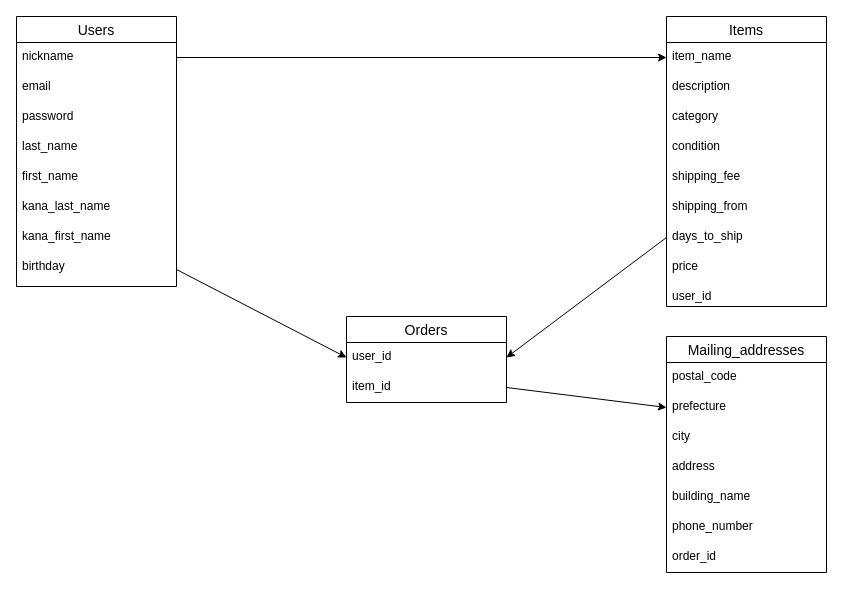
Earlier version of the draw.io diagram draw.dio (Ay00Mo/furima-41237). Source tidied: cells renumbered, new cells numbered last; positions are measured from the earlier drawing's top-left corner, leaving out a move shared by most shapes. Both pictures are drawn from the tidied source at 100%, with x=0, y=0 at pixel (16, 16).
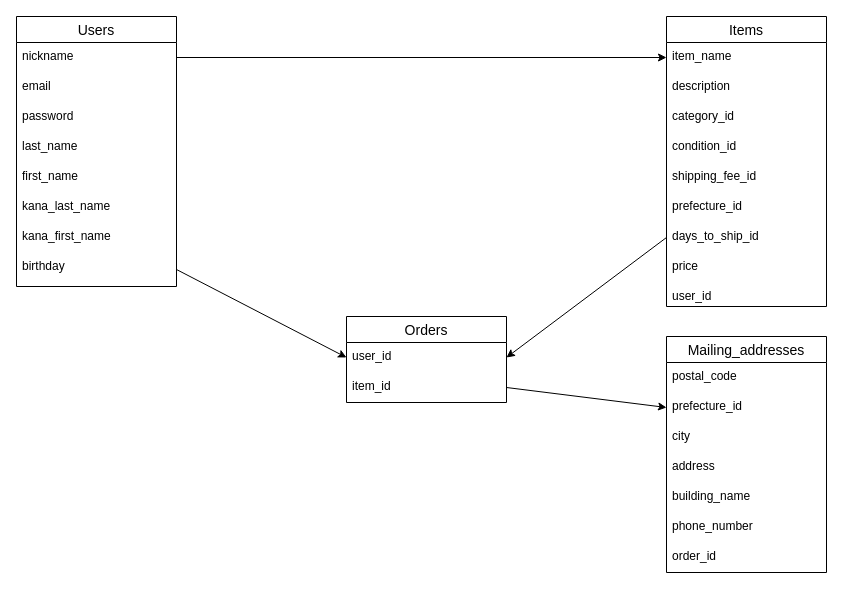
The same page after the edit.

Commit message (it also covers changes not shown here):
active_hash実装向けに修正

The change refers to these unchanged cells:
```xml
<mxCell id="11" value="Items" style="swimlane;fontStyle=0;horizontal=1;startSize=26;align=center;fontSize=14;" parent="1" vertex="1">
  <mxGeometry x="650" width="160" height="290" as="geometry" />
</mxCell>
<mxCell id="24" value="Mailing_addresses" style="swimlane;fontStyle=0;horizontal=1;startSize=26;align=center;fontSize=14;" parent="1" vertex="1">
  <mxGeometry x="650" y="320" width="160" height="236" as="geometry" />
</mxCell>
```

The edit, as a diff of the source:
```diff
@@
-    <mxCell id="14" value="category" style="text;strokeColor=none;fillColor=none;spacingLeft=4;spacingRight=4;overflow=hidden;fontSize=12;" parent="11" vertex="1">
+    <mxCell id="14" value="category_id" style="text;strokeColor=none;fillColor=none;spacingLeft=4;spacingRight=4;overflow=hidden;fontSize=12;" parent="11" vertex="1">
       <mxGeometry y="86" width="160" height="30" as="geometry" />
     </mxCell>
-    <mxCell id="15" value="condition" style="text;strokeColor=none;fillColor=none;spacingLeft=4;spacingRight=4;overflow=hidden;fontSize=12;" parent="11" vertex="1">
+    <mxCell id="15" value="condition_id" style="text;strokeColor=none;fillColor=none;spacingLeft=4;spacingRight=4;overflow=hidden;fontSize=12;" parent="11" vertex="1">
       <mxGeometry y="116" width="160" height="30" as="geometry" />
     </mxCell>
-    <mxCell id="16" value="shipping_fee" style="text;strokeColor=none;fillColor=none;spacingLeft=4;spacingRight=4;overflow=hidden;fontSize=12;" parent="11" vertex="1">
+    <mxCell id="16" value="shipping_fee_id" style="text;strokeColor=none;fillColor=none;spacingLeft=4;spacingRight=4;overflow=hidden;fontSize=12;" parent="11" vertex="1">
       <mxGeometry y="146" width="160" height="30" as="geometry" />
     </mxCell>
-    <mxCell id="17" value="shipping_from" style="text;strokeColor=none;fillColor=none;spacingLeft=4;spacingRight=4;overflow=hidden;fontSize=12;" parent="11" vertex="1">
+    <mxCell id="17" value="prefecture_id" style="text;strokeColor=none;fillColor=none;spacingLeft=4;spacingRight=4;overflow=hidden;fontSize=12;" parent="11" vertex="1">
       <mxGeometry y="176" width="160" height="30" as="geometry" />
     </mxCell>
-    <mxCell id="18" value="days_to_ship" style="text;strokeColor=none;fillColor=none;spacingLeft=4;spacingRight=4;overflow=hidden;points=[[0,0.5],[1,0.5]];portConstraint=eastwest;fontSize=12;" parent="11" vertex="1">
+    <mxCell id="18" value="days_to_ship_id" style="text;strokeColor=none;fillColor=none;spacingLeft=4;spacingRight=4;overflow=hidden;points=[[0,0.5],[1,0.5]];portConstraint=eastwest;fontSize=12;" parent="11" vertex="1">
       <mxGeometry y="206" width="160" height="30" as="geometry" />
     </mxCell>
@@
-    <mxCell id="26" value="prefecture" style="text;strokeColor=none;fillColor=none;spacingLeft=4;spacingRight=4;overflow=hidden;points=[[0,0.5],[1,0.5]];portConstraint=eastwest;fontSize=12;" parent="24" vertex="1">
+    <mxCell id="26" value="prefecture_id" style="text;strokeColor=none;fillColor=none;spacingLeft=4;spacingRight=4;overflow=hidden;points=[[0,0.5],[1,0.5]];portConstraint=eastwest;fontSize=12;" parent="24" vertex="1">
       <mxGeometry y="56" width="160" height="30" as="geometry" />
     </mxCell>
```
